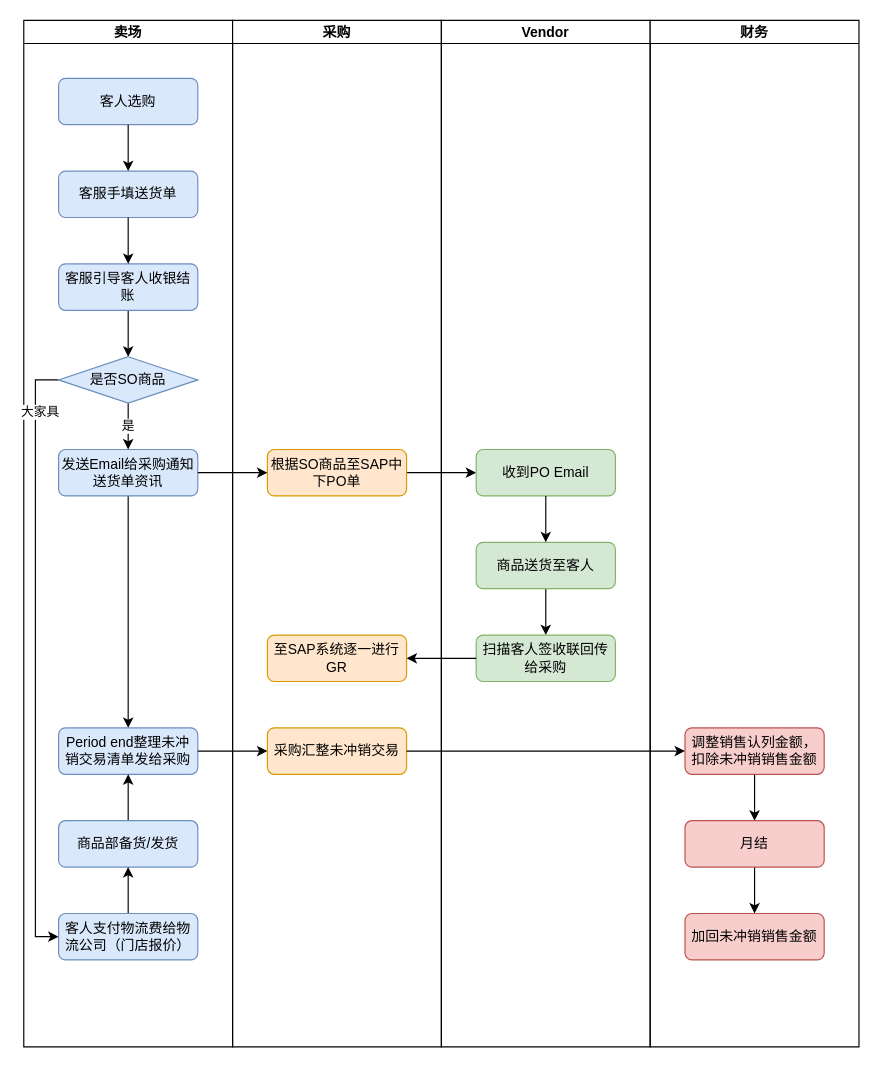
Before: page "SO销售业务流程-ASIS" (2 of 7) of Special Order.drawio in luss613/draw.io, a draw.io diagram. Source tidied: cells renumbered, new cells numbered last; positions are measured from the earlier drawing's top-left corner, leaving out a move shared by most shapes. Both pictures are drawn from the tidied source at 116%, with x=0, y=0 at pixel (23, 20).
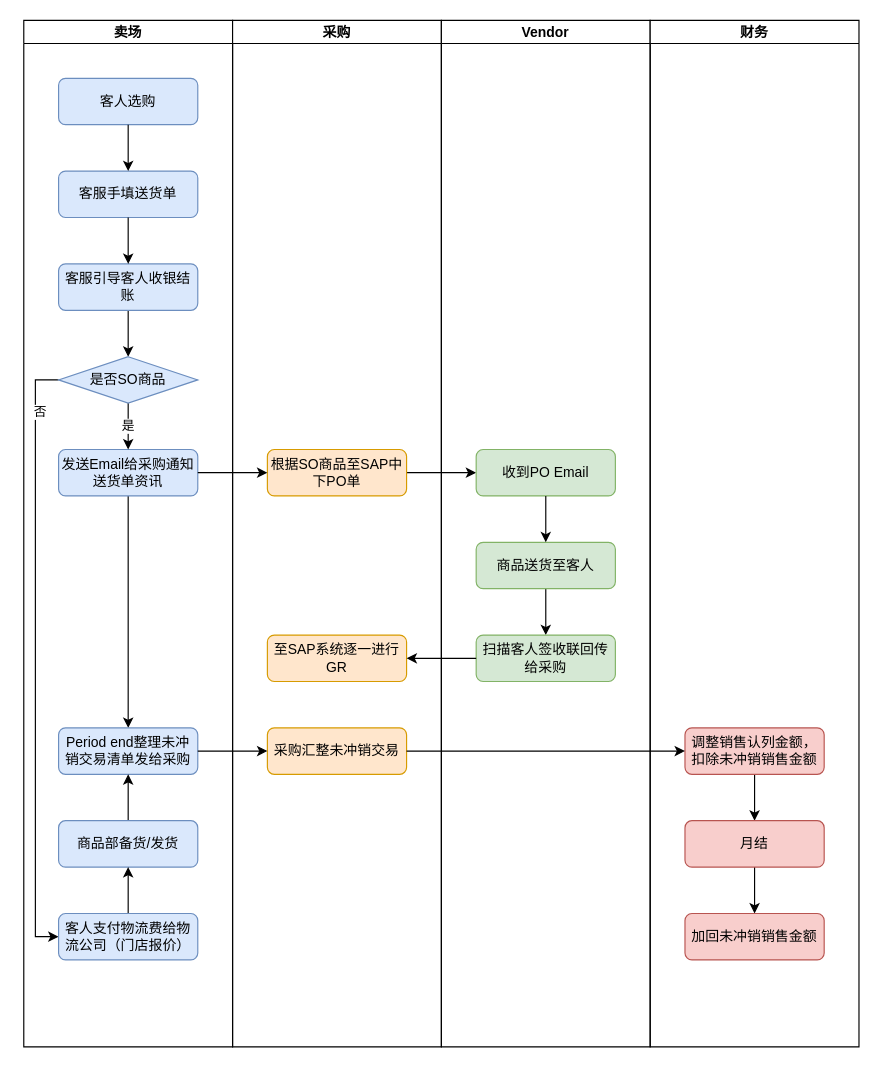
The same page after the edit.

Unchanged cells that the change refers to:
```xml
<mxCell id="14" style="edgeStyle=orthogonalEdgeStyle;rounded=0;jettySize=auto;html=1;entryX=0;entryY=0.5;entryDx=0;entryDy=0;exitX=0;exitY=0.5;exitDx=0;exitDy=0;" parent="3" edge="1" source="16" target="20">
  <mxGeometry relative="1" as="geometry" />
</mxCell>
```

Change to the diagram source:
```diff
@@
-    <mxCell id="15" value="大家具" style="edgeLabel;html=1;align=center;verticalAlign=middle;" parent="14" vertex="1">
+    <mxCell id="15" value="否" style="edgeLabel;html=1;align=center;verticalAlign=middle;" parent="14" vertex="1">
       <mxGeometry x="-0.82" y="3" relative="1" as="geometry" />
     </mxCell>
```
